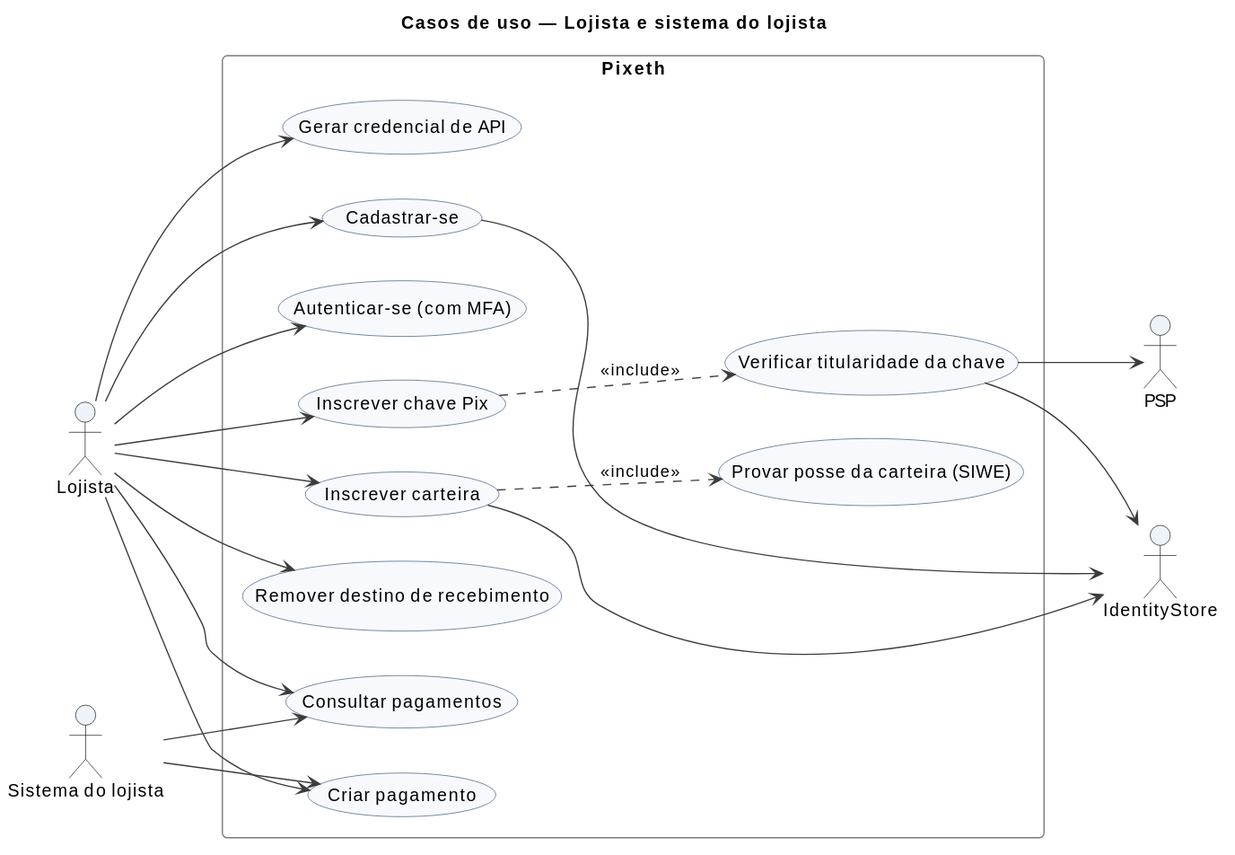
This is docs/diagrams/svg/casos-de-uso/uc-lojista.svg from BrunoViotto18/Pixeth, a PlantUML export, as it was before one commit. The source it was exported from:
```plantuml
@startuml
!include ../_estilo.iuml

title Casos de uso — Lojista e sistema do lojista

left to right direction

actor "Lojista" as L
actor "Sistema do lojista" as SL
actor "IdentityStore" as IDS
actor "PSP" as PSP

rectangle "Pixeth" {
  usecase "Cadastrar-se" as UC_Cadastro
  usecase "Autenticar-se (com MFA)" as UC_Login
  usecase "Inscrever carteira" as UC_Carteira
  usecase "Provar posse da carteira (SIWE)" as UC_Siwe
  usecase "Inscrever chave Pix" as UC_ChavePix
  usecase "Verificar titularidade da chave" as UC_Titular
  usecase "Remover destino de recebimento" as UC_Remover
  usecase "Gerar credencial de API" as UC_Credencial
  usecase "Criar pagamento" as UC_Criar
  usecase "Consultar pagamentos" as UC_Consultar
}

L --> UC_Cadastro
L --> UC_Login
L --> UC_Carteira
L --> UC_ChavePix
L --> UC_Remover
L --> UC_Credencial
L --> UC_Criar
L --> UC_Consultar
SL --> UC_Criar
SL --> UC_Consultar

UC_Carteira ..> UC_Siwe : <<include>>
UC_ChavePix ..> UC_Titular : <<include>>
UC_Cadastro --> IDS
UC_Carteira --> IDS
UC_Titular --> PSP
UC_Titular --> IDS
@enduml
```
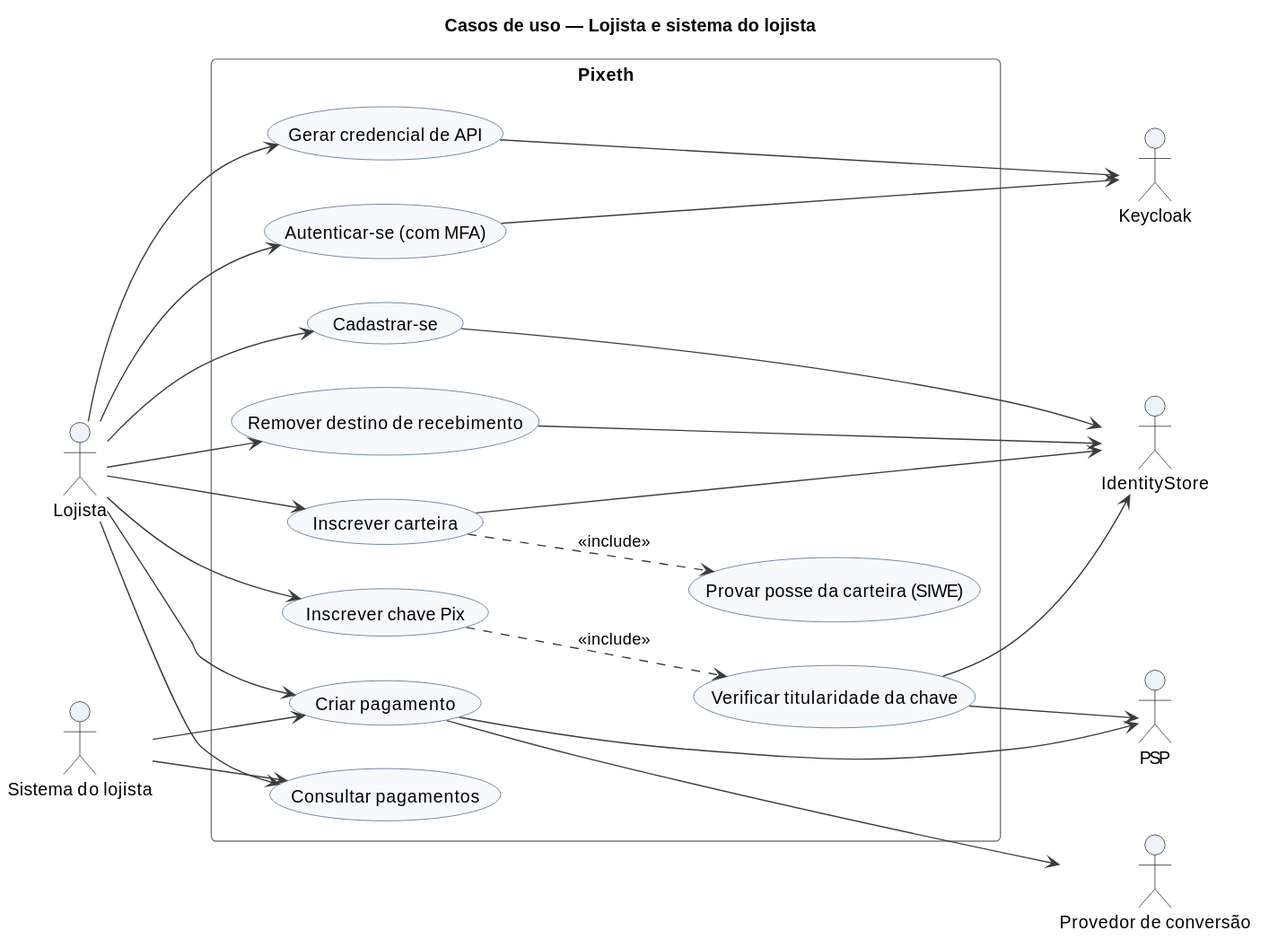
The same diagram one commit later.

What changed in the source:
```diff
@@ -7,28 +7,31 @@
 
 actor "Lojista" as L
 actor "Sistema do lojista" as SL
-actor "IdentityStore" as IDS
-actor "PSP" as PSP
 
 rectangle "Pixeth" {
-  usecase "Cadastrar-se" as UC_Cadastro
+  usecase "Remover destino de recebimento" as UC_Remover
+  usecase "Consultar pagamentos" as UC_Consultar
+  usecase "Inscrever chave Pix" as UC_ChavePix
+  usecase "Verificar titularidade da chave" as UC_Titular
   usecase "Autenticar-se (com MFA)" as UC_Login
+  usecase "Gerar credencial de API" as UC_Credencial
   usecase "Inscrever carteira" as UC_Carteira
   usecase "Provar posse da carteira (SIWE)" as UC_Siwe
-  usecase "Inscrever chave Pix" as UC_ChavePix
-  usecase "Verificar titularidade da chave" as UC_Titular
-  usecase "Remover destino de recebimento" as UC_Remover
-  usecase "Gerar credencial de API" as UC_Credencial
+  usecase "Cadastrar-se" as UC_Cadastro
   usecase "Criar pagamento" as UC_Criar
-  usecase "Consultar pagamentos" as UC_Consultar
 }
 
+actor "Keycloak" as KC
+actor "PSP" as PSP
+actor "IdentityStore" as IDS
+actor "Provedor de conversão" as PC
+
+L --> UC_Login
+L --> UC_Credencial
 L --> UC_Cadastro
-L --> UC_Login
+L --> UC_Remover
 L --> UC_Carteira
 L --> UC_ChavePix
-L --> UC_Remover
-L --> UC_Credencial
 L --> UC_Criar
 L --> UC_Consultar
 SL --> UC_Criar
@@ -36,8 +39,13 @@
 
 UC_Carteira ..> UC_Siwe : <<include>>
 UC_ChavePix ..> UC_Titular : <<include>>
-UC_Cadastro --> IDS
-UC_Carteira --> IDS
+UC_Login ---> KC
+UC_Credencial ---> KC
+UC_Cadastro ---> IDS
+UC_Remover ---> IDS
+UC_Carteira ---> IDS
+UC_Titular --> IDS
 UC_Titular --> PSP
-UC_Titular --> IDS
+UC_Criar ---> PSP
+UC_Criar ---> PC
 @enduml
```
